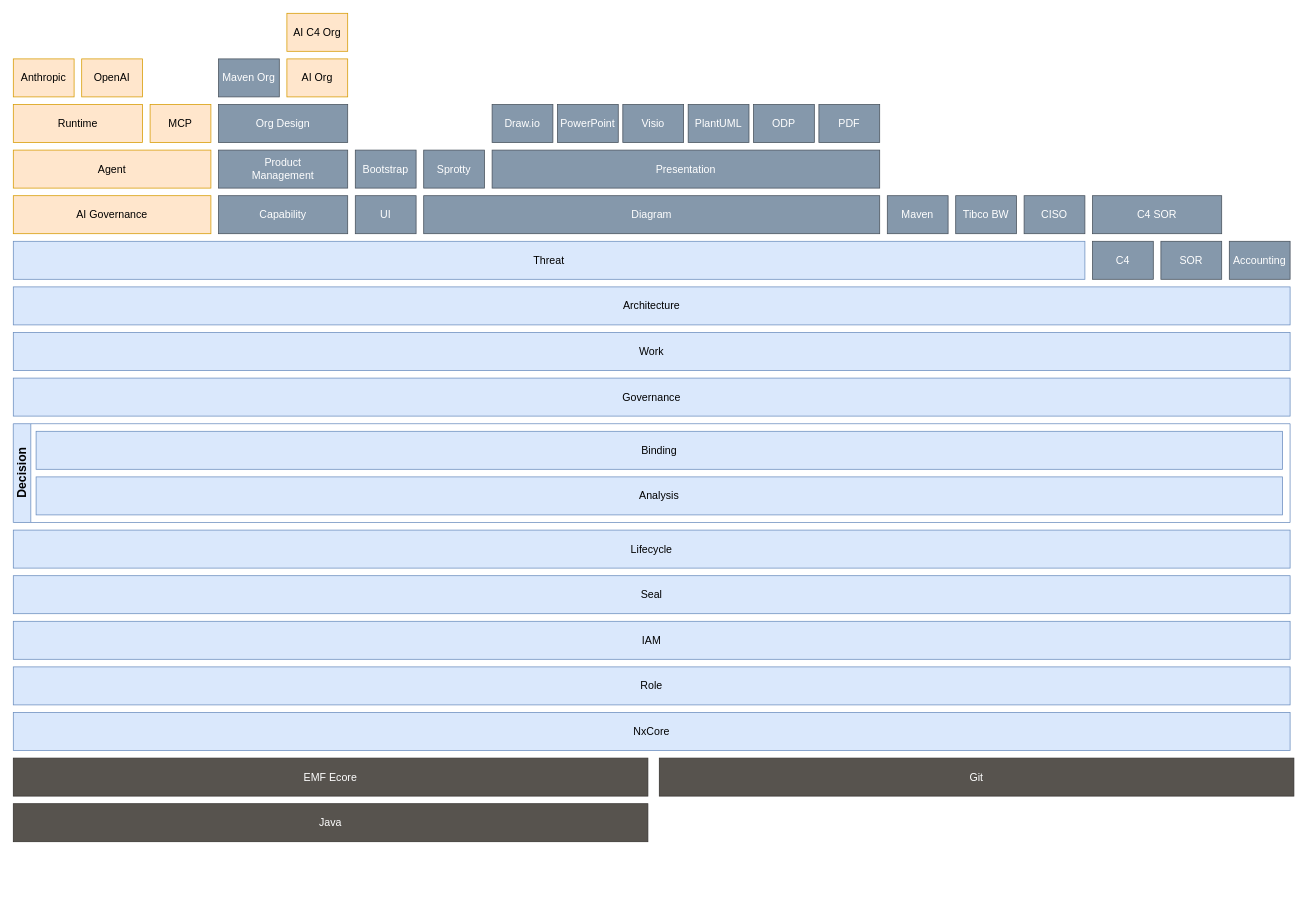
Nasdanika/nasdanika.com keeps this draw.io diagram as model-tower.drawio. Above is the earlier version. Source tidied: cells renumbered, new cells numbered last; positions are measured from the earlier drawing's top-left corner, leaving out a move shared by most shapes. Both pictures are drawn from the tidied source at 76%, with x=0, y=0 at pixel (13, 13).
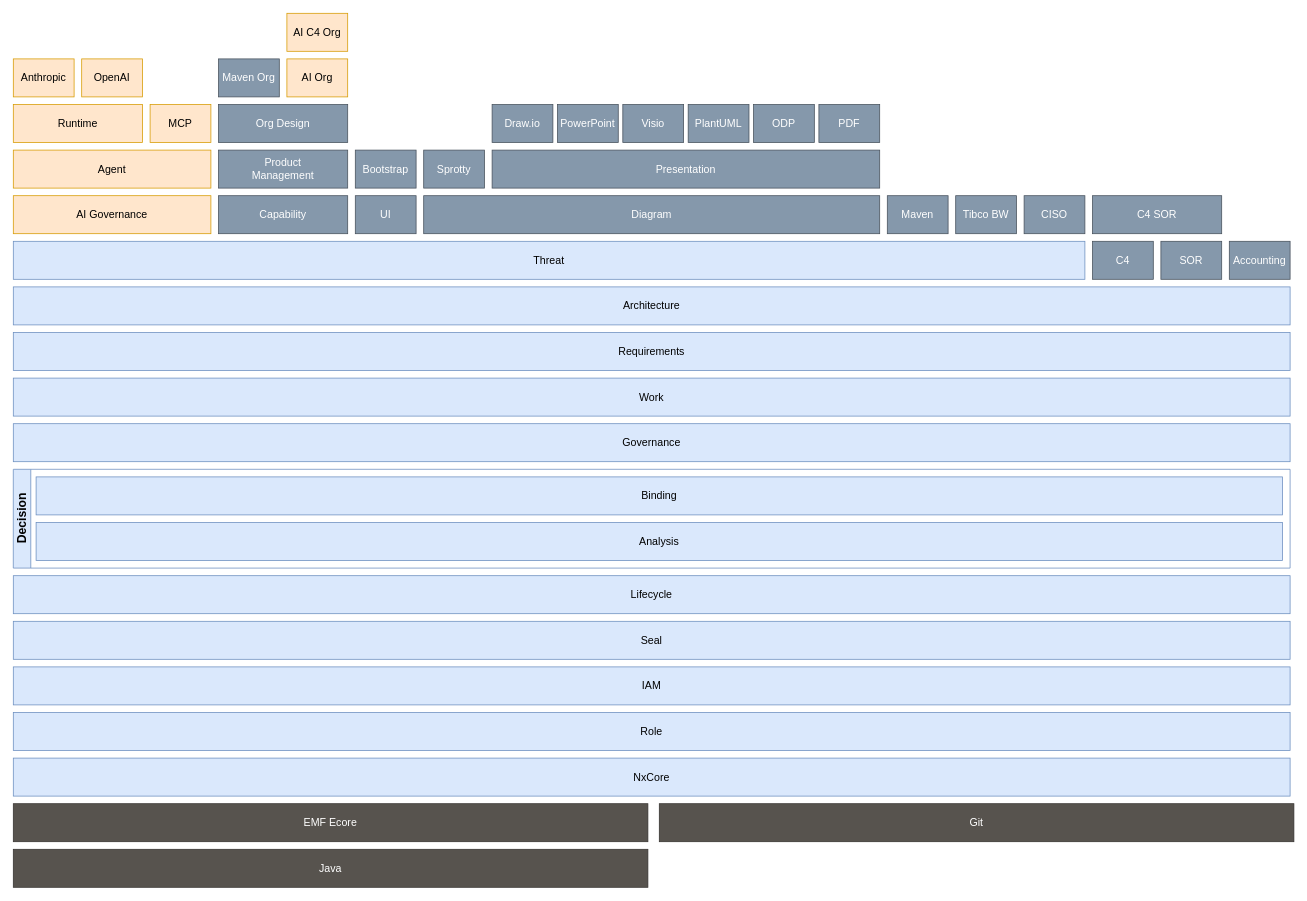
After the change.

What changed in the source:
```diff
@@
     <mxCell id="2" value="NxCore" style="rounded=0;whiteSpace=wrap;html=1;fillColor=#dae8fc;strokeColor=#6c8ebf;fontSize=14;" parent="1" vertex="1">
-      <mxGeometry y="920" width="1680" height="50" as="geometry" />
+      <mxGeometry y="980" width="1680" height="50" as="geometry" />
     </mxCell>
     <mxCell id="3" value="Role" style="rounded=0;whiteSpace=wrap;html=1;fillColor=#dae8fc;strokeColor=#6c8ebf;fontSize=14;" parent="1" vertex="1">
-      <mxGeometry y="860" width="1680" height="50" as="geometry" />
+      <mxGeometry y="920" width="1680" height="50" as="geometry" />
     </mxCell>
     <mxCell id="4" value="IAM" style="rounded=0;whiteSpace=wrap;html=1;fillColor=#dae8fc;strokeColor=#6c8ebf;fontSize=14;" parent="1" vertex="1">
-      <mxGeometry y="800" width="1680" height="50" as="geometry" />
+      <mxGeometry y="860" width="1680" height="50" as="geometry" />
     </mxCell>
     <mxCell id="5" value="Lifecycle" style="rounded=0;whiteSpace=wrap;html=1;fillColor=#dae8fc;strokeColor=#6c8ebf;fontSize=14;" parent="1" vertex="1">
-      <mxGeometry y="680" width="1680" height="50" as="geometry" />
+      <mxGeometry y="740" width="1680" height="50" as="geometry" />
     </mxCell>
     <mxCell id="6" value="Governance" style="rounded=0;whiteSpace=wrap;html=1;fillColor=#dae8fc;strokeColor=#6c8ebf;fontSize=14;" parent="1" vertex="1">
-      <mxGeometry y="480" width="1680" height="50" as="geometry" />
+      <mxGeometry y="540" width="1680" height="50" as="geometry" />
     </mxCell>
     <mxCell id="7" value="Work" style="rounded=0;whiteSpace=wrap;html=1;fillColor=#dae8fc;strokeColor=#6c8ebf;fontSize=14;" parent="1" vertex="1">
-      <mxGeometry y="420" width="1680" height="50" as="geometry" />
+      <mxGeometry y="480" width="1680" height="50" as="geometry" />
     </mxCell>
@@
     <mxCell id="30" value="Git" style="rounded=0;whiteSpace=wrap;html=1;fillColor=#57534E;fontColor=#ffffff;strokeColor=#363330;fontSize=14;" parent="1" vertex="1">
-      <mxGeometry x="850" y="980" width="835" height="50" as="geometry" />
+      <mxGeometry x="850" y="1040" width="835" height="50" as="geometry" />
     </mxCell>
     <mxCell id="31" value="Seal" style="rounded=0;whiteSpace=wrap;html=1;fillColor=#dae8fc;strokeColor=#6c8ebf;fontSize=14;" parent="1" vertex="1">
-      <mxGeometry y="740" width="1680" height="50" as="geometry" />
+      <mxGeometry y="800" width="1680" height="50" as="geometry" />
     </mxCell>
@@
     <mxCell id="35" value="EMF Ecore" style="rounded=0;whiteSpace=wrap;html=1;fillColor=#57534E;fontColor=#ffffff;strokeColor=#363330;fontSize=14;" parent="1" vertex="1">
-      <mxGeometry y="980" width="835" height="50" as="geometry" />
+      <mxGeometry y="1040" width="835" height="50" as="geometry" />
     </mxCell>
     <mxCell id="36" value="Java" style="rounded=0;whiteSpace=wrap;html=1;fillColor=#57534E;fontColor=#ffffff;strokeColor=#363330;fontSize=14;" parent="1" vertex="1">
-      <mxGeometry y="1040" width="835" height="50" as="geometry" />
+      <mxGeometry y="1100" width="835" height="50" as="geometry" />
     </mxCell>
@@
     <mxCell id="44" value="Decision" style="swimlane;horizontal=0;whiteSpace=wrap;html=1;fillColor=#dae8fc;strokeColor=#6c8ebf;fontSize=16;" parent="1" vertex="1">
-      <mxGeometry y="540" width="1680" height="130" as="geometry" />
+      <mxGeometry y="600" width="1680" height="130" as="geometry" />
     </mxCell>
@@
+    <mxCell id="47" value="Requirements" style="rounded=0;whiteSpace=wrap;html=1;fillColor=#dae8fc;strokeColor=#6c8ebf;fontSize=14;" parent="1" vertex="1">
+      <mxGeometry y="420" width="1680" height="50" as="geometry" />
+    </mxCell>
```
